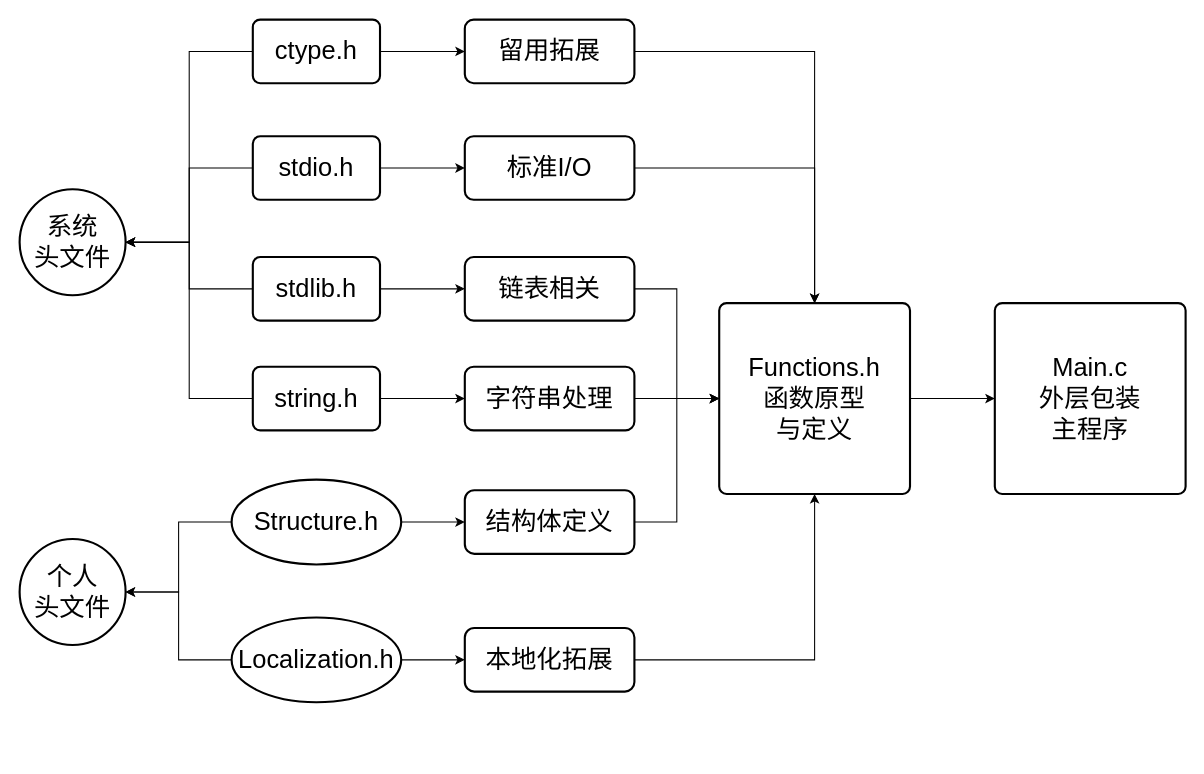
Earlier version of the draw.io diagram Experiment/Exp4_Final/Diagram/files.drawio (EricCao2006/NEU-Coding-2024-C). Source tidied: cells renumbered, new cells numbered last; positions are measured from the earlier drawing's top-left corner, leaving out a move shared by most shapes. Both pictures are drawn from the tidied source at 106%, with x=0, y=0 at pixel (19, 19).
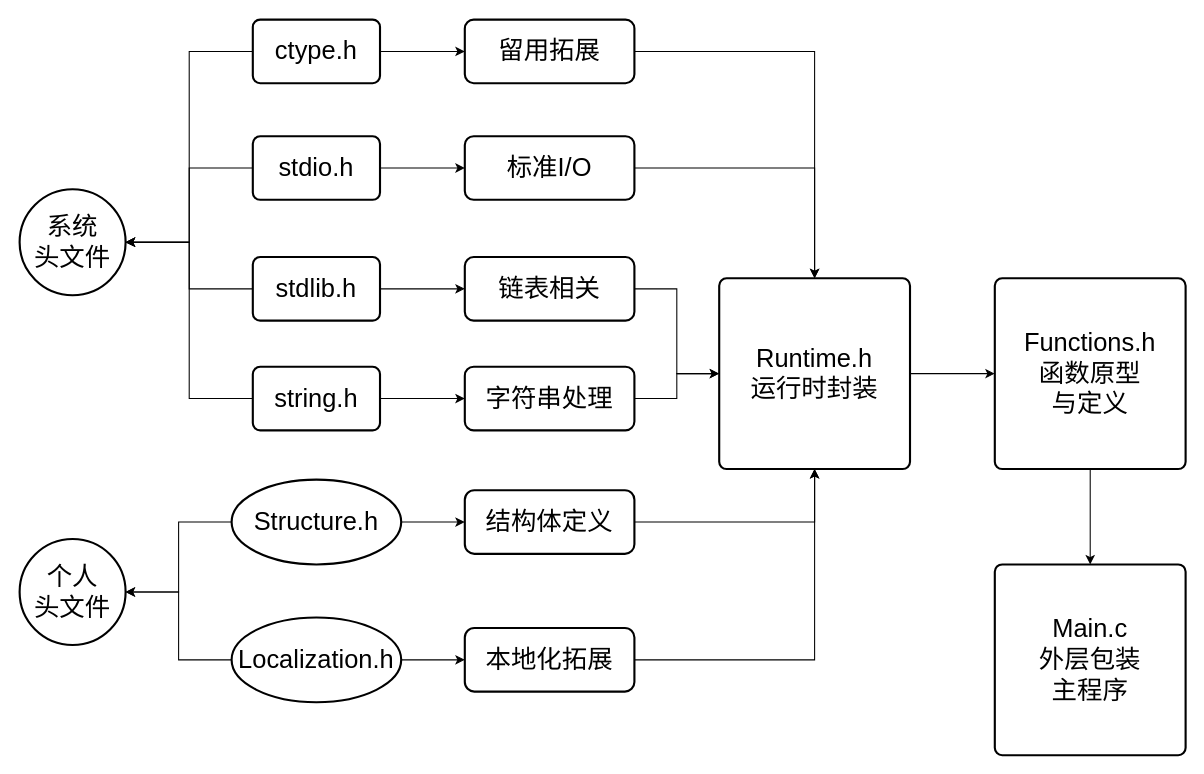
Above is the later version.

Commit message (it also covers changes not shown here):
2024.12.14修改两张思维导图by姚泽翔

Unchanged cells that the change refers to:
```xml
<mxCell id="23" value="&lt;font style=&quot;font-size: 24px;&quot;&gt;留用拓展&lt;/font&gt;" style="whiteSpace=wrap;html=1;rounded=1;arcSize=14;strokeWidth=2;" parent="1" vertex="1">
  <mxGeometry x="420" width="160" height="60" as="geometry" />
</mxCell>
<mxCell id="25" value="&lt;font style=&quot;font-size: 24px;&quot;&gt;标准I/O&lt;/font&gt;" style="whiteSpace=wrap;html=1;rounded=1;arcSize=14;strokeWidth=2;" parent="1" vertex="1">
  <mxGeometry x="420" y="110" width="160" height="60" as="geometry" />
</mxCell>
<mxCell id="27" value="&lt;font style=&quot;font-size: 24px;&quot;&gt;链表相关&lt;/font&gt;" style="whiteSpace=wrap;html=1;rounded=1;arcSize=14;strokeWidth=2;" parent="1" vertex="1">
  <mxGeometry x="420" y="224" width="160" height="60" as="geometry" />
</mxCell>
<mxCell id="29" value="&lt;font style=&quot;font-size: 24px;&quot;&gt;字符串处理&lt;/font&gt;" style="whiteSpace=wrap;html=1;rounded=1;arcSize=14;strokeWidth=2;" parent="1" vertex="1">
  <mxGeometry x="420" y="327.5" width="160" height="60" as="geometry" />
</mxCell>
<mxCell id="31" value="&lt;font style=&quot;font-size: 24px;&quot;&gt;结构体定义&lt;/font&gt;" style="rounded=1;whiteSpace=wrap;html=1;strokeWidth=2;" parent="1" vertex="1">
  <mxGeometry x="420" y="444" width="160" height="60" as="geometry" />
</mxCell>
<mxCell id="33" value="&lt;font style=&quot;font-size: 24px;&quot;&gt;本地化拓展&lt;/font&gt;" style="rounded=1;whiteSpace=wrap;html=1;strokeWidth=2;" parent="1" vertex="1">
  <mxGeometry x="420" y="574" width="160" height="60" as="geometry" />
</mxCell>
```

Change to the diagram source:
```diff
@@
-    <mxCell id="22" style="edgeStyle=orthogonalEdgeStyle;rounded=0;jettySize=auto;html=1;exitX=1;exitY=0.5;exitDx=0;exitDy=0;" parent="1" edge="1" source="23" target="35">
-      <mxGeometry relative="1" as="geometry" />
-    </mxCell>
+    <mxCell id="37" style="edgeStyle=orthogonalEdgeStyle;rounded=0;jettySize=auto;html=1;exitX=1;exitY=0.5;exitDx=0;exitDy=0;" parent="1" edge="1" source="23" target="44">
+      <mxGeometry relative="1" as="geometry" />
+    </mxCell>
@@
-    <mxCell id="24" style="edgeStyle=orthogonalEdgeStyle;rounded=0;jettySize=auto;html=1;exitX=1;exitY=0.5;exitDx=0;exitDy=0;" parent="1" edge="1" source="25" target="35">
-      <mxGeometry relative="1" as="geometry" />
-    </mxCell>
+    <mxCell id="38" style="edgeStyle=orthogonalEdgeStyle;rounded=0;jettySize=auto;html=1;exitX=1;exitY=0.5;exitDx=0;exitDy=0;" parent="1" edge="1" source="25" target="44">
+      <mxGeometry relative="1" as="geometry" />
+    </mxCell>
@@
-    <mxCell id="26" style="edgeStyle=orthogonalEdgeStyle;rounded=0;jettySize=auto;html=1;exitX=1;exitY=0.5;exitDx=0;exitDy=0;" parent="1" edge="1" source="27" target="35">
-      <mxGeometry relative="1" as="geometry" />
-    </mxCell>
+    <mxCell id="39" style="edgeStyle=orthogonalEdgeStyle;rounded=0;jettySize=auto;html=1;exitX=1;exitY=0.5;exitDx=0;exitDy=0;" parent="1" edge="1" source="27" target="44">
+      <mxGeometry relative="1" as="geometry" />
+    </mxCell>
@@
-    <mxCell id="28" style="edgeStyle=orthogonalEdgeStyle;rounded=0;jettySize=auto;html=1;exitX=1;exitY=0.5;exitDx=0;exitDy=0;" parent="1" edge="1" source="29" target="35">
-      <mxGeometry relative="1" as="geometry" />
-    </mxCell>
+    <mxCell id="40" style="edgeStyle=orthogonalEdgeStyle;rounded=0;jettySize=auto;html=1;exitX=1;exitY=0.5;exitDx=0;exitDy=0;" parent="1" edge="1" source="29" target="44">
+      <mxGeometry relative="1" as="geometry" />
+    </mxCell>
@@
-    <mxCell id="30" style="edgeStyle=orthogonalEdgeStyle;rounded=0;jettySize=auto;html=1;exitX=1;exitY=0.5;exitDx=0;exitDy=0;" parent="1" edge="1" source="31" target="35">
-      <mxGeometry relative="1" as="geometry" />
-    </mxCell>
+    <mxCell id="41" style="edgeStyle=orthogonalEdgeStyle;rounded=0;jettySize=auto;html=1;exitX=1;exitY=0.5;exitDx=0;exitDy=0;" parent="1" edge="1" source="31" target="44">
+      <mxGeometry relative="1" as="geometry" />
+    </mxCell>
@@
-    <mxCell id="32" style="edgeStyle=orthogonalEdgeStyle;rounded=0;jettySize=auto;html=1;exitX=1;exitY=0.5;exitDx=0;exitDy=0;" parent="1" edge="1" source="33" target="35">
-      <mxGeometry relative="1" as="geometry" />
-    </mxCell>
+    <mxCell id="42" style="edgeStyle=orthogonalEdgeStyle;rounded=0;jettySize=auto;html=1;exitX=1;exitY=0.5;exitDx=0;exitDy=0;" parent="1" edge="1" source="33" target="44">
+      <mxGeometry relative="1" as="geometry" />
+    </mxCell>
@@
     <mxCell id="35" value="&lt;font style=&quot;font-size: 24px;&quot;&gt;Functions.h&lt;/font&gt;&lt;div&gt;&lt;font style=&quot;font-size: 24px;&quot;&gt;函数原型&lt;/font&gt;&lt;/div&gt;&lt;div&gt;&lt;font style=&quot;font-size: 24px;&quot;&gt;与定义&lt;/font&gt;&lt;/div&gt;" style="rounded=1;whiteSpace=wrap;html=1;absoluteArcSize=1;arcSize=14;strokeWidth=2;" parent="1" vertex="1">
-      <mxGeometry x="660" y="267.5" width="180" height="180" as="geometry" />
+      <mxGeometry x="920" y="244" width="180" height="180" as="geometry" />
     </mxCell>
     <mxCell id="36" value="&lt;span style=&quot;font-size: 24px;&quot;&gt;Main.c&lt;/span&gt;&lt;br&gt;&lt;div&gt;&lt;span style=&quot;font-size: 24px;&quot;&gt;外层包装&lt;/span&gt;&lt;/div&gt;&lt;div&gt;&lt;span style=&quot;font-size: 24px;&quot;&gt;主程序&lt;/span&gt;&lt;/div&gt;" style="rounded=1;whiteSpace=wrap;html=1;absoluteArcSize=1;arcSize=14;strokeWidth=2;" parent="1" vertex="1">
-      <mxGeometry x="920" y="267.5" width="180" height="180" as="geometry" />
+      <mxGeometry x="920" y="514" width="180" height="180" as="geometry" />
     </mxCell>
+    <mxCell id="43" style="edgeStyle=orthogonalEdgeStyle;rounded=0;jettySize=auto;html=1;exitX=1;exitY=0.5;exitDx=0;exitDy=0;" parent="1" edge="1" source="44" target="35">
+      <mxGeometry relative="1" as="geometry" />
+    </mxCell>
+    <mxCell id="44" value="&lt;font style=&quot;font-size: 24px;&quot;&gt;Runtime.h&lt;/font&gt;&lt;div&gt;&lt;font style=&quot;font-size: 24px;&quot;&gt;运行时封装&lt;/font&gt;&lt;/div&gt;" style="rounded=1;whiteSpace=wrap;html=1;absoluteArcSize=1;arcSize=14;strokeWidth=2;" parent="1" vertex="1">
+      <mxGeometry x="660" y="244" width="180" height="180" as="geometry" />
+    </mxCell>
```
